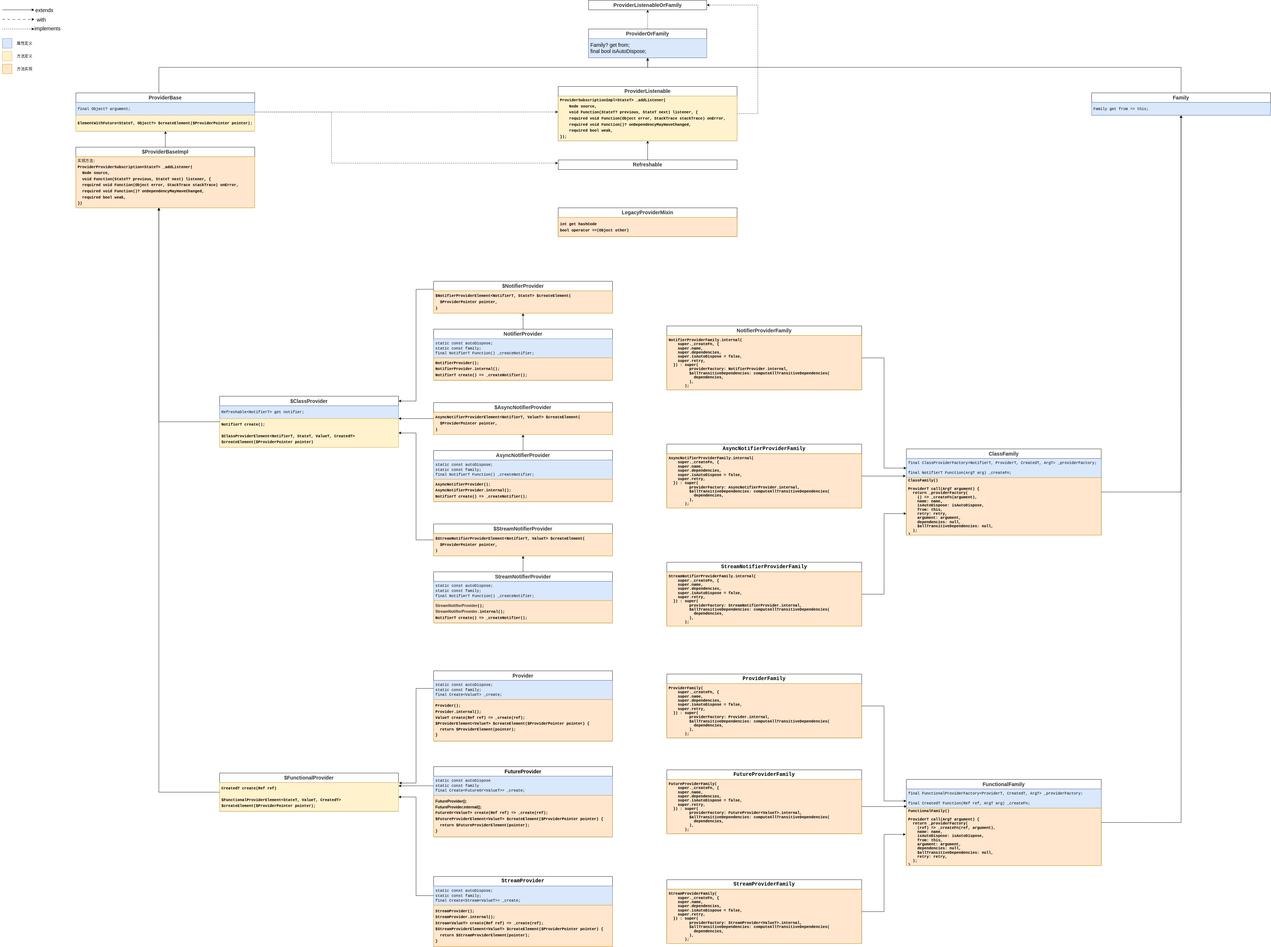
The draw.io diagram resource/svg/Riverpod-Provider架构图.svg in butterflyXX/lxc_wiki, before a commit. Source tidied: cells renumbered, new cells last; positions are measured from the earlier drawing's top-left corner, leaving out a move shared by most shapes.
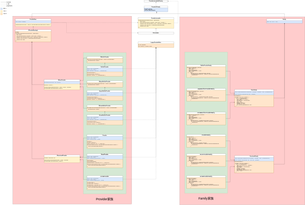
After the change.

Commit message:
架构图跟更新

What changed in the source:
```diff
@@ -4,2 +4,14 @@
     <mxCell id="1" parent="0" />
+    <mxCell id="110" style="rounded=0;whiteSpace=wrap;html=1;fillColor=#ffcccc;strokeColor=#36393d;" parent="1" vertex="1">
+      <mxGeometry x="2800" y="260" width="1960" height="2940" as="geometry" />
+    </mxCell>
+    <mxCell id="111" style="rounded=0;whiteSpace=wrap;html=1;fillColor=#ffcccc;strokeColor=#36393d;" parent="1" vertex="1">
+      <mxGeometry x="190" y="250" width="1860" height="2940" as="geometry" />
+    </mxCell>
+    <mxCell id="112" style="rounded=0;whiteSpace=wrap;html=1;fillColor=#d5e8d4;strokeColor=#82b366;" parent="1" vertex="1">
+      <mxGeometry x="2880" y="810" width="670" height="2210" as="geometry" />
+    </mxCell>
+    <mxCell id="113" style="rounded=0;whiteSpace=wrap;html=1;fillColor=#d5e8d4;strokeColor=#82b366;" parent="1" vertex="1">
+      <mxGeometry x="1295" y="820" width="670" height="2210" as="geometry" />
+    </mxCell>
     <mxCell id="2" style="group;" parent="1" vertex="1">
@@ -41,3 +53,3 @@
     <mxCell id="9" value="&lt;b&gt;&lt;span style=&quot;color: rgb(50, 50, 50); font-family: &amp;quot;Microsoft YaHei&amp;quot;, 微软雅黑, Arial; font-size: 16px; background-color: rgba(255, 255, 255, 0.01);&quot;&gt;ProviderListenableOrFamily&lt;/span&gt;&lt;/b&gt;" style="swimlane;fontStyle=0;horizontal=1;startSize=30;whiteSpace=wrap;html=1;" parent="1" vertex="1" collapsed="1">
-      <mxGeometry x="1835" width="370" height="30" as="geometry" />
+      <mxGeometry x="2245" width="370" height="30" as="geometry" />
     </mxCell>
@@ -47,3 +59,3 @@
     <mxCell id="11" value="&lt;b&gt;&lt;span style=&quot;color: rgb(50, 50, 50); font-family: &amp;quot;Microsoft YaHei&amp;quot;, 微软雅黑, Arial; font-size: 16px;&quot;&gt;ProviderOrFamily&lt;/span&gt;&lt;/b&gt;" style="swimlane;fontStyle=0;horizontal=1;startSize=30;whiteSpace=wrap;html=1;" parent="1" vertex="1">
-      <mxGeometry x="1835" y="90" width="370" height="90" as="geometry" />
+      <mxGeometry x="2245" y="90" width="370" height="90" as="geometry" />
     </mxCell>
@@ -54,7 +66,8 @@
       <mxGeometry relative="1" as="geometry">
-        <mxPoint x="2020" y="181" as="targetPoint" />
+        <mxPoint x="2439" y="180" as="targetPoint" />
         <Array as="points">
           <mxPoint x="490" y="210" />
-          <mxPoint x="2020" y="210" />
-          <mxPoint x="2020" y="181" />
+          <mxPoint x="2440" y="210" />
+          <mxPoint x="2440" y="181" />
+          <mxPoint x="2439" y="181" />
         </Array>
@@ -118,4 +131,4 @@
         <Array as="points">
-          <mxPoint x="2365" y="355" />
-          <mxPoint x="2365" y="15" />
+          <mxPoint x="2775" y="355" />
+          <mxPoint x="2775" y="15" />
         </Array>
@@ -124,3 +137,3 @@
     <mxCell id="31" value="&lt;span style=&quot;color: rgb(50, 50, 50); font-family: &amp;quot;Microsoft YaHei&amp;quot;, 微软雅黑, Arial; font-size: 16px; background-color: rgba(255, 255, 255, 0.01);&quot;&gt;&lt;b&gt;ProviderListenable&lt;/b&gt;&lt;/span&gt;" style="swimlane;fontStyle=0;horizontal=1;startSize=30;whiteSpace=wrap;html=1;" parent="1" vertex="1">
-      <mxGeometry x="1740" y="270" width="560" height="170" as="geometry" />
+      <mxGeometry x="2150" y="270" width="560" height="170" as="geometry" />
     </mxCell>
@@ -130,3 +143,3 @@
     <mxCell id="33" value="&lt;span style=&quot;color: rgb(50, 50, 50); font-family: &amp;quot;Microsoft YaHei&amp;quot;, 微软雅黑, Arial; font-size: 16px; background-color: rgba(255, 255, 255, 0.01);&quot;&gt;&lt;b&gt;Refreshable&lt;/b&gt;&lt;/span&gt;" style="swimlane;fontStyle=0;horizontal=1;startSize=30;whiteSpace=wrap;html=1;" parent="1" vertex="1">
-      <mxGeometry x="1740" y="500" width="560" height="30" as="geometry" />
+      <mxGeometry x="2150" y="500" width="560" height="30" as="geometry" />
     </mxCell>
@@ -136,3 +149,3 @@
     <mxCell id="35" value="&lt;span style=&quot;color: rgb(50, 50, 50); font-family: &amp;quot;Microsoft YaHei&amp;quot;, 微软雅黑, Arial; font-size: 16px; background-color: rgba(255, 255, 255, 0.01);&quot;&gt;&lt;b&gt;LegacyProviderMixin&lt;/b&gt;&lt;/span&gt;" style="swimlane;fontStyle=0;horizontal=1;startSize=30;whiteSpace=wrap;html=1;" parent="1" vertex="1">
-      <mxGeometry x="1740" y="650" width="560" height="90" as="geometry" />
+      <mxGeometry x="2150" y="650" width="560" height="90" as="geometry" />
     </mxCell>
@@ -224,2 +237,5 @@
     </mxCell>
+    <mxCell id="114" style="edgeStyle=orthogonalEdgeStyle;rounded=0;jettySize=auto;html=1;exitX=1;exitY=0.25;exitDx=0;exitDy=0;entryX=0.5;entryY=1;entryDx=0;entryDy=0;dashed=1;dashPattern=8 8;" parent="1" edge="1" source="64" target="35">
+      <mxGeometry relative="1" as="geometry" />
+    </mxCell>
     <mxCell id="64" value="&lt;font color=&quot;#323232&quot; face=&quot;Microsoft YaHei, 微软雅黑, Arial&quot;&gt;&lt;span style=&quot;font-size: 16px;&quot;&gt;&lt;b&gt;Provider&lt;/b&gt;&lt;/span&gt;&lt;/font&gt;" style="swimlane;fontStyle=0;horizontal=1;startSize=30;whiteSpace=wrap;html=1;" parent="1" vertex="1">
@@ -233,2 +249,5 @@
     </mxCell>
+    <mxCell id="115" style="edgeStyle=orthogonalEdgeStyle;rounded=0;jettySize=auto;html=1;exitX=1;exitY=0.25;exitDx=0;exitDy=0;entryX=0.5;entryY=1;entryDx=0;entryDy=0;dashed=1;dashPattern=8 8;" parent="1" edge="1" source="67" target="35">
+      <mxGeometry relative="1" as="geometry" />
+    </mxCell>
     <mxCell id="67" value="&lt;b style=&quot;text-align: left;&quot;&gt;&lt;font style=&quot;font-size: 16px;&quot;&gt;FutureProvider&lt;/font&gt;&lt;/b&gt;" style="swimlane;fontStyle=0;horizontal=1;startSize=30;whiteSpace=wrap;html=1;" parent="1" vertex="1">
@@ -247,2 +266,5 @@
     </mxCell>
+    <mxCell id="116" style="edgeStyle=orthogonalEdgeStyle;rounded=0;jettySize=auto;html=1;exitX=1;exitY=0.25;exitDx=0;exitDy=0;entryX=0.5;entryY=1;entryDx=0;entryDy=0;dashed=1;dashPattern=8 8;" parent="1" edge="1" source="71" target="35">
+      <mxGeometry relative="1" as="geometry" />
+    </mxCell>
     <mxCell id="71" value="&lt;b style=&quot;font-family: Menlo, Monaco, &amp;quot;Courier New&amp;quot;, monospace; text-align: left; white-space: pre;&quot;&gt;&lt;font style=&quot;font-size: 16px;&quot;&gt;StreamProvider&lt;/font&gt;&lt;/b&gt;" style="swimlane;fontStyle=0;horizontal=1;startSize=30;whiteSpace=wrap;html=1;" parent="1" vertex="1">
@@ -256,8 +278,7 @@
     </mxCell>
-    <mxCell id="74" style="edgeStyle=orthogonalEdgeStyle;rounded=0;jettySize=auto;html=1;exitX=0.5;exitY=0;exitDx=0;exitDy=0;" parent="1" edge="1" source="75">
+    <mxCell id="74" style="edgeStyle=orthogonalEdgeStyle;rounded=0;jettySize=auto;html=1;exitX=0.499;exitY=-0.028;exitDx=0;exitDy=0;exitPerimeter=0;" parent="1" edge="1" source="75" target="12">
       <mxGeometry relative="1" as="geometry">
-        <mxPoint x="2020" y="180" as="targetPoint" />
         <Array as="points">
-          <mxPoint x="3690" y="210" />
-          <mxPoint x="2020" y="210" />
+          <mxPoint x="4439" y="210" />
+          <mxPoint x="2440" y="210" />
         </Array>
@@ -266,3 +287,3 @@
     <mxCell id="75" value="&lt;font color=&quot;#323232&quot; face=&quot;Microsoft YaHei, 微软雅黑, Arial&quot;&gt;&lt;span style=&quot;font-size: 16px;&quot;&gt;&lt;b&gt;Family&lt;/b&gt;&lt;/span&gt;&lt;/font&gt;" style="swimlane;fontStyle=0;horizontal=1;startSize=30;whiteSpace=wrap;html=1;" parent="1" vertex="1">
-      <mxGeometry x="3410" y="290" width="560" height="70" as="geometry" />
+      <mxGeometry x="4160" y="290" width="560" height="70" as="geometry" />
     </mxCell>
@@ -275,3 +296,3 @@
     <mxCell id="78" value="&lt;font color=&quot;#323232&quot; face=&quot;Microsoft YaHei, 微软雅黑, Arial&quot;&gt;&lt;span style=&quot;font-size: 16px;&quot;&gt;&lt;b&gt;ClassFamily&lt;/b&gt;&lt;/span&gt;&lt;/font&gt;" style="swimlane;fontStyle=0;horizontal=1;startSize=30;whiteSpace=wrap;html=1;" parent="1" vertex="1">
-      <mxGeometry x="2830" y="1405" width="610" height="270" as="geometry" />
+      <mxGeometry x="3660" y="1395" width="610" height="270" as="geometry" />
     </mxCell>
@@ -287,3 +308,3 @@
     <mxCell id="82" value="&lt;font color=&quot;#323232&quot; face=&quot;Microsoft YaHei, 微软雅黑, Arial&quot;&gt;&lt;span style=&quot;font-size: 16px;&quot;&gt;&lt;b&gt;NotifierProviderFamily&lt;/b&gt;&lt;/span&gt;&lt;/font&gt;" style="swimlane;fontStyle=0;horizontal=1;startSize=30;whiteSpace=wrap;html=1;" parent="1" vertex="1">
-      <mxGeometry x="2080" y="1020" width="610" height="200" as="geometry" />
+      <mxGeometry x="2910" y="1010" width="610" height="200" as="geometry" />
     </mxCell>
@@ -293,3 +314,3 @@
     <mxCell id="84" value="&lt;b style=&quot;font-family: Menlo, Monaco, &amp;quot;Courier New&amp;quot;, monospace; text-align: left; white-space: pre;&quot;&gt;&lt;font style=&quot;font-size: 16px;&quot;&gt;AsyncNotifierProviderFamily&lt;/font&gt;&lt;/b&gt;" style="swimlane;fontStyle=0;horizontal=1;startSize=30;whiteSpace=wrap;html=1;" parent="1" vertex="1">
-      <mxGeometry x="2080" y="1390" width="610" height="200" as="geometry" />
+      <mxGeometry x="2910" y="1380" width="610" height="200" as="geometry" />
     </mxCell>
@@ -302,3 +323,3 @@
     <mxCell id="87" value="&lt;b style=&quot;font-family: Menlo, Monaco, &amp;quot;Courier New&amp;quot;, monospace; text-align: left; white-space: pre;&quot;&gt;&lt;font style=&quot;font-size: 16px;&quot;&gt;StreamNotifierProviderFamily&lt;/font&gt;&lt;/b&gt;" style="swimlane;fontStyle=0;horizontal=1;startSize=30;whiteSpace=wrap;html=1;" parent="1" vertex="1">
-      <mxGeometry x="2080" y="1760" width="610" height="200" as="geometry" />
+      <mxGeometry x="2910" y="1750" width="610" height="200" as="geometry" />
     </mxCell>
@@ -335,3 +356,3 @@
     <mxCell id="98" value="&lt;font color=&quot;#323232&quot; face=&quot;Microsoft YaHei, 微软雅黑, Arial&quot;&gt;&lt;span style=&quot;font-size: 16px;&quot;&gt;&lt;b&gt;FunctionalFamily&lt;/b&gt;&lt;/span&gt;&lt;/font&gt;" style="swimlane;fontStyle=0;horizontal=1;startSize=30;whiteSpace=wrap;html=1;" parent="1" vertex="1">
-      <mxGeometry x="2830" y="2440" width="610" height="270" as="geometry" />
+      <mxGeometry x="3660" y="2430" width="610" height="270" as="geometry" />
     </mxCell>
@@ -347,3 +368,3 @@
     <mxCell id="102" value="&lt;div style=&quot;text-align: left;&quot;&gt;&lt;span style=&quot;background-color: transparent; font-size: 16px; white-space: pre;&quot;&gt;&lt;font face=&quot;Menlo, Monaco, Courier New, monospace&quot;&gt;&lt;b&gt;ProviderFamily&lt;/b&gt;&lt;/font&gt;&lt;/span&gt;&lt;/div&gt;" style="swimlane;fontStyle=0;horizontal=1;startSize=30;whiteSpace=wrap;html=1;" parent="1" vertex="1">
-      <mxGeometry x="2080" y="2110" width="610" height="200" as="geometry" />
+      <mxGeometry x="2910" y="2100" width="610" height="200" as="geometry" />
     </mxCell>
@@ -353,3 +374,3 @@
     <mxCell id="104" value="&lt;div style=&quot;text-align: left;&quot;&gt;&lt;b style=&quot;font-family: Menlo, Monaco, &amp;quot;Courier New&amp;quot;, monospace; white-space: pre;&quot;&gt;&lt;font style=&quot;font-size: 16px;&quot;&gt;FutureProviderFamily&lt;/font&gt;&lt;/b&gt;&lt;/div&gt;" style="swimlane;fontStyle=0;horizontal=1;startSize=30;whiteSpace=wrap;html=1;" parent="1" vertex="1">
-      <mxGeometry x="2080" y="2410" width="610" height="200" as="geometry" />
+      <mxGeometry x="2910" y="2400" width="610" height="200" as="geometry" />
     </mxCell>
@@ -359,3 +380,3 @@
     <mxCell id="106" value="&lt;div style=&quot;text-align: left;&quot;&gt;&lt;b style=&quot;font-family: Menlo, Monaco, &amp;quot;Courier New&amp;quot;, monospace; white-space: pre;&quot;&gt;&lt;font style=&quot;font-size: 16px;&quot;&gt;StreamProviderFamily&lt;/font&gt;&lt;/b&gt;&lt;/div&gt;" style="swimlane;fontStyle=0;horizontal=1;startSize=30;whiteSpace=wrap;html=1;" parent="1" vertex="1">
-      <mxGeometry x="2080" y="2754" width="610" height="200" as="geometry" />
+      <mxGeometry x="2910" y="2744" width="610" height="200" as="geometry" />
     </mxCell>
@@ -370,2 +391,17 @@
     </mxCell>
+    <mxCell id="117" style="edgeStyle=orthogonalEdgeStyle;rounded=0;jettySize=auto;html=1;exitX=1;exitY=0.5;exitDx=0;exitDy=0;entryX=0.5;entryY=1;entryDx=0;entryDy=0;dashed=1;dashPattern=8 8;" parent="1" edge="1" source="58" target="35">
+      <mxGeometry relative="1" as="geometry" />
+    </mxCell>
+    <mxCell id="118" style="edgeStyle=orthogonalEdgeStyle;rounded=0;jettySize=auto;html=1;exitX=1;exitY=0.25;exitDx=0;exitDy=0;entryX=0.5;entryY=1;entryDx=0;entryDy=0;dashed=1;dashPattern=8 8;" parent="1" edge="1" source="43" target="35">
+      <mxGeometry relative="1" as="geometry" />
+    </mxCell>
+    <mxCell id="119" style="edgeStyle=orthogonalEdgeStyle;rounded=0;jettySize=auto;html=1;exitX=1;exitY=0.25;exitDx=0;exitDy=0;entryX=0.5;entryY=1;entryDx=0;entryDy=0;dashed=1;dashPattern=8 8;" parent="1" edge="1" source="51" target="35">
+      <mxGeometry relative="1" as="geometry" />
+    </mxCell>
+    <mxCell id="120" value="&lt;font style=&quot;font-size: 48px;&quot;&gt;Provider家族&lt;/font&gt;" style="text;html=1;whiteSpace=wrap;strokeColor=none;fillColor=none;align=center;verticalAlign=middle;rounded=0;" parent="1" vertex="1">
+      <mxGeometry x="1485" y="3100" width="290" height="30" as="geometry" />
+    </mxCell>
+    <mxCell id="121" value="&lt;font style=&quot;font-size: 48px;&quot;&gt;Family家族&lt;/font&gt;" style="text;html=1;whiteSpace=wrap;strokeColor=none;fillColor=none;align=center;verticalAlign=middle;rounded=0;" parent="1" vertex="1">
+      <mxGeometry x="3070" y="3090" width="290" height="30" as="geometry" />
+    </mxCell>
   </root>
```
